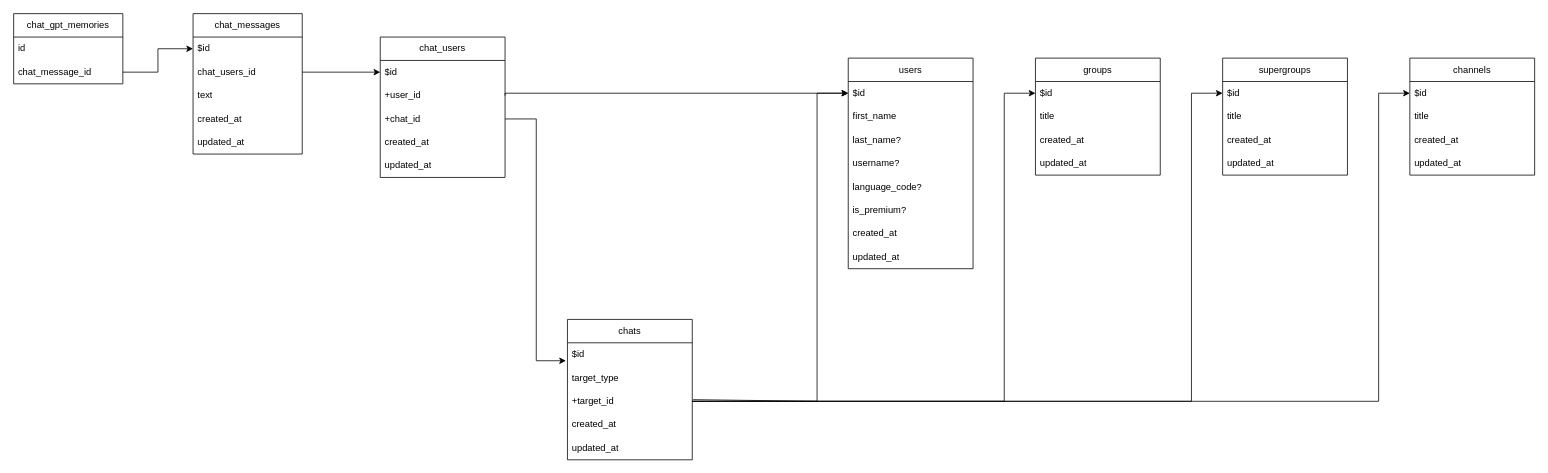
Above: docs/scheme/database_diagram.drawio in 1ovve1/kimi (draw.io), before the change. Source tidied: cells renumbered, new cells numbered last; positions are measured from the earlier drawing's top-left corner, leaving out a move shared by most shapes. Both pictures are drawn from the tidied source at 78%, with x=0, y=0 at pixel (13, 13).
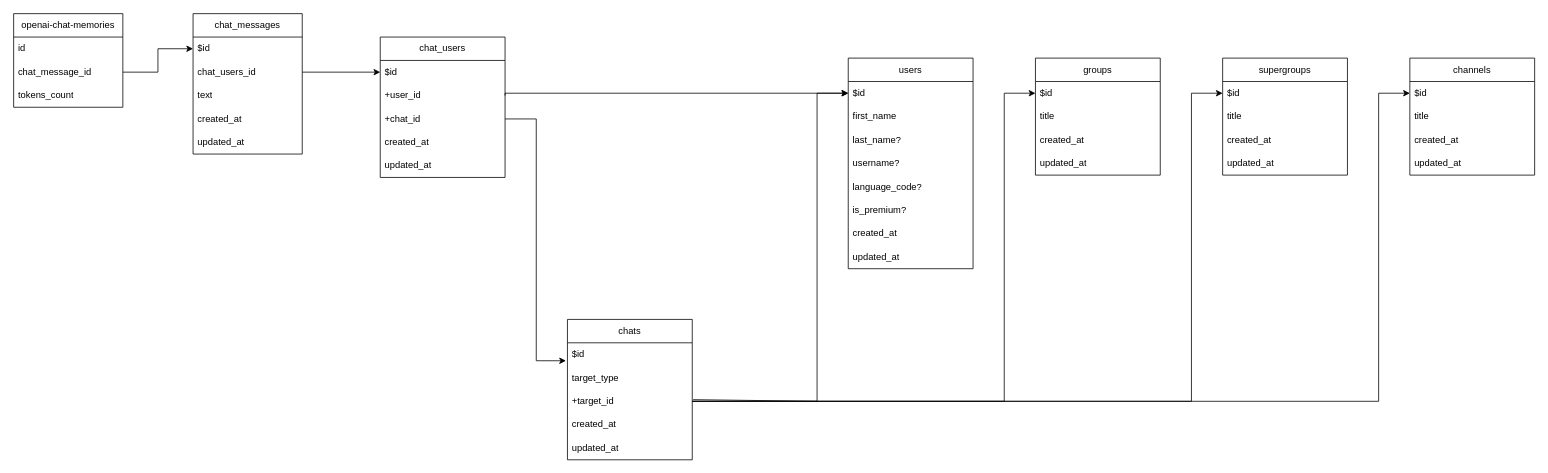
The same diagram, later.

Commit message (it also covers changes not shown here):
refactor: add cook-book, change db diagram for an actual db structure + fix middleware interface

Change to the diagram source:
```diff
@@
-    <mxCell id="51" value="chat_gpt_memories" style="swimlane;fontStyle=0;horizontal=1;startSize=30;whiteSpace=wrap;html=1;" parent="1" vertex="1">
-      <mxGeometry width="140" height="90" as="geometry" />
+    <mxCell id="51" value="openai-chat-memories" style="swimlane;fontStyle=0;horizontal=1;startSize=30;whiteSpace=wrap;html=1;" parent="1" vertex="1">
+      <mxGeometry width="140" height="120" as="geometry" />
     </mxCell>
@@
+    <mxCell id="55" value="tokens_count" style="text;strokeColor=none;fillColor=none;align=left;verticalAlign=middle;spacingLeft=4;spacingRight=4;overflow=hidden;whiteSpace=wrap;html=1;" parent="51" vertex="1">
+      <mxGeometry y="90" width="140" height="30" as="geometry" />
+    </mxCell>
```
